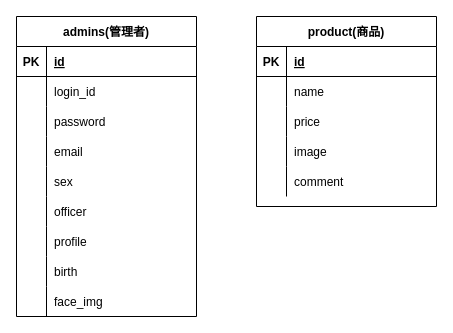
YasukoPooh/DogService keeps this draw.io diagram as docs/db-er.drawio. Above is the earlier version. Source tidied: cells renumbered, new cells numbered last; positions are measured from the earlier drawing's top-left corner, leaving out a move shared by most shapes. Both pictures are drawn from the tidied source at 100%, with x=0, y=0 at pixel (16, 16).
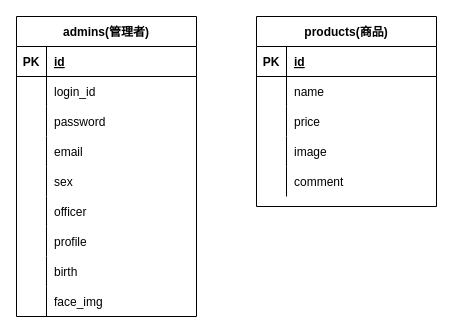
The same page after the edit.

What changed in the source:
```diff
@@
-    <mxCell id="30" value="product(商品)" style="shape=table;startSize=30;childLayout=tableLayout;rowLines=0;fontStyle=1;align=center;" parent="1" vertex="1">
+    <mxCell id="30" value="products(商品)" style="shape=table;startSize=30;childLayout=tableLayout;rowLines=0;fontStyle=1;align=center;" parent="1" vertex="1">
       <mxGeometry x="240" width="180" height="190" as="geometry" />
     </mxCell>
```
